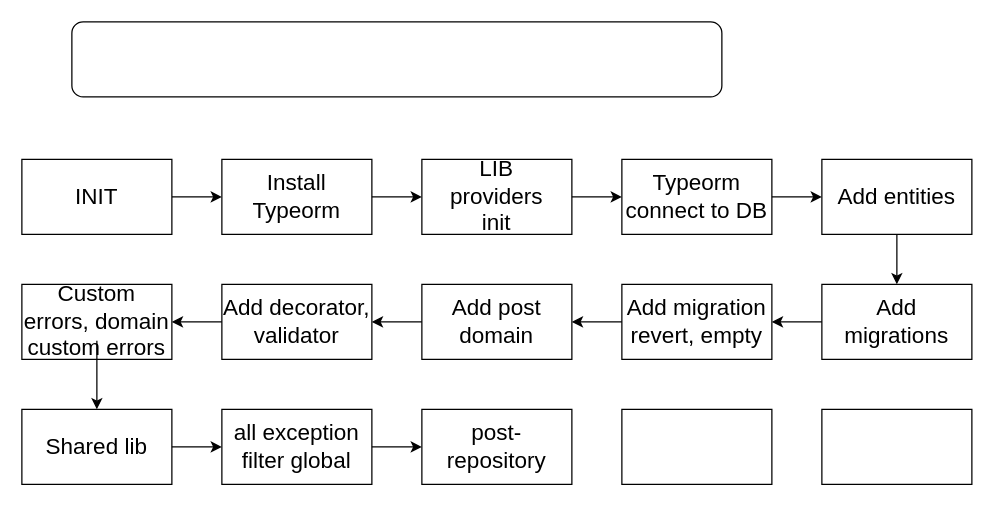
Above: draw/Диаграмма без названия.drawio in wtfkimi/structure_algoritms (draw.io), before the change. Source tidied: cells renumbered, new cells numbered last; positions are measured from the earlier drawing's top-left corner, leaving out a move shared by most shapes. Both pictures are drawn from the tidied source at 125%, with x=0, y=0 at pixel (21, 21).
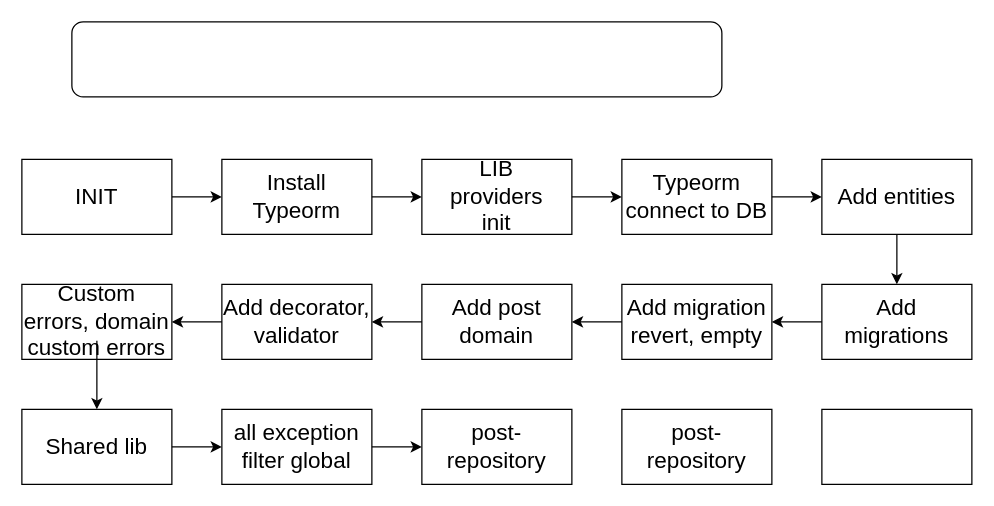
The same diagram, later.

What changed in the source:
```diff
@@
+    <mxCell id="43" value="&lt;font style=&quot;font-size: 18px;&quot;&gt;post-repository&lt;/font&gt;" style="text;html=1;strokeColor=none;fillColor=none;align=center;verticalAlign=middle;whiteSpace=wrap;rounded=0;" parent="1" vertex="1">
+      <mxGeometry x="480" y="325" width="120" height="30" as="geometry" />
+    </mxCell>
```
